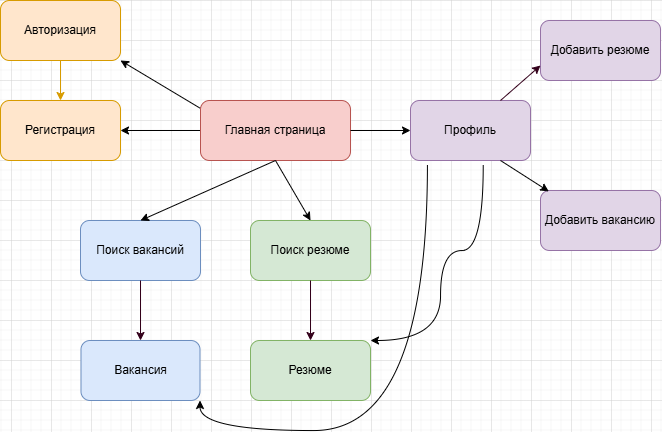
PickTrick14/Web-Prac keeps this draw.io diagram as report/page_navigation.png. Above is the earlier version. Source tidied: cells renumbered, new cells last; positions are measured from the earlier drawing's top-left corner, leaving out a move shared by most shapes. Source of this version:
```xml
<mxGraphModel>
  <root>
    <mxCell id="0" />
    <mxCell id="1" parent="0" />
    <mxCell id="2" style="edgeStyle=orthogonalEdgeStyle;rounded=0;jettySize=auto;html=1;exitX=0;exitY=0.5;exitDx=0;exitDy=0;entryX=1;entryY=0.5;entryDx=0;entryDy=0;" parent="1" edge="1" source="3" target="4">
      <mxGeometry relative="1" as="geometry" />
    </mxCell>
    <mxCell id="3" value="Главная страница" style="rounded=1;whiteSpace=wrap;html=1;fillColor=#f8cecc;strokeColor=#b85450;" parent="1" vertex="1">
      <mxGeometry x="200" y="100" width="150" height="60" as="geometry" />
    </mxCell>
    <mxCell id="4" value="Регистрация" style="rounded=1;whiteSpace=wrap;html=1;fillColor=#ffe6cc;strokeColor=#d79b00;" parent="1" vertex="1">
      <mxGeometry y="100" width="120" height="60" as="geometry" />
    </mxCell>
    <mxCell id="5" style="edgeStyle=orthogonalEdgeStyle;rounded=0;jettySize=auto;html=1;exitX=0.5;exitY=1;exitDx=0;exitDy=0;entryX=0.5;entryY=0;entryDx=0;entryDy=0;fillColor=#ffe6cc;strokeColor=#d79b00;" parent="1" edge="1" source="6" target="4">
      <mxGeometry relative="1" as="geometry" />
    </mxCell>
    <mxCell id="6" value="Авторизация" style="rounded=1;whiteSpace=wrap;html=1;fillColor=#ffe6cc;strokeColor=#d79b00;" parent="1" vertex="1">
      <mxGeometry width="120" height="60" as="geometry" />
    </mxCell>
    <mxCell id="7" value="Поиск вакансий" style="rounded=1;whiteSpace=wrap;html=1;fillColor=#dae8fc;strokeColor=#6c8ebf;" parent="1" vertex="1">
      <mxGeometry x="80" y="220" width="120" height="60" as="geometry" />
    </mxCell>
    <mxCell id="8" style="endArrow=classic;html=1;rounded=0;entryX=1;entryY=1;entryDx=0;entryDy=0;exitX=-0.004;exitY=0.126;exitDx=0;exitDy=0;exitPerimeter=0;" parent="1" edge="1" source="3" target="6">
      <mxGeometry relative="1" as="geometry" />
    </mxCell>
    <mxCell id="9" style="endArrow=classic;html=1;rounded=0;entryX=0.5;entryY=0;entryDx=0;entryDy=0;exitX=0.5;exitY=1;exitDx=0;exitDy=0;" parent="1" edge="1" source="3" target="7">
      <mxGeometry relative="1" as="geometry" />
    </mxCell>
    <mxCell id="10" value="Профиль" style="rounded=1;whiteSpace=wrap;html=1;fillColor=#e1d5e7;strokeColor=#9673a6;" parent="1" vertex="1">
      <mxGeometry x="410" y="100" width="120" height="60" as="geometry" />
    </mxCell>
    <mxCell id="11" value="Вакансия" style="rounded=1;whiteSpace=wrap;html=1;fillColor=#dae8fc;strokeColor=#6c8ebf;" parent="1" vertex="1">
      <mxGeometry x="80.5" y="340" width="119" height="60" as="geometry" />
    </mxCell>
    <mxCell id="12" style="endArrow=classic;html=1;rounded=0;exitX=0.5;exitY=1;exitDx=0;exitDy=0;entryX=0.5;entryY=0;entryDx=0;entryDy=0;fillColor=#dae8fc;strokeColor=#33001A;" parent="1" edge="1" source="7" target="11">
      <mxGeometry relative="1" as="geometry" />
    </mxCell>
    <mxCell id="13" style="endArrow=classic;html=1;rounded=0;entryX=0;entryY=0.5;entryDx=0;entryDy=0;exitX=1;exitY=0.5;exitDx=0;exitDy=0;" parent="1" edge="1" source="3" target="10">
      <mxGeometry relative="1" as="geometry" />
    </mxCell>
    <mxCell id="14" value="Добавить резюме" style="rounded=1;whiteSpace=wrap;html=1;fillColor=#e1d5e7;strokeColor=#9673a6;" parent="1" vertex="1">
      <mxGeometry x="540" y="20" width="120" height="60" as="geometry" />
    </mxCell>
    <mxCell id="15" style="endArrow=classic;html=1;rounded=0;exitX=0.75;exitY=0;exitDx=0;exitDy=0;entryX=0;entryY=0.75;entryDx=0;entryDy=0;fillColor=#e1d5e7;strokeColor=light-dark(#33001A,#9577A3);" parent="1" edge="1" source="10" target="14">
      <mxGeometry relative="1" as="geometry" />
    </mxCell>
    <mxCell id="16" value="Добавить вакансию" style="rounded=1;whiteSpace=wrap;html=1;fillColor=#e1d5e7;strokeColor=#9673a6;" parent="1" vertex="1">
      <mxGeometry x="540" y="190" width="120" height="60" as="geometry" />
    </mxCell>
    <mxCell id="17" style="endArrow=classic;html=1;rounded=0;entryX=0.069;entryY=0.015;entryDx=0;entryDy=0;fillColor=#e1d5e7;strokeColor=light-dark(#000000,#9577A3);exitX=0.75;exitY=1;exitDx=0;exitDy=0;entryPerimeter=0;" parent="1" edge="1" source="10" target="16">
      <mxGeometry relative="1" as="geometry" />
    </mxCell>
    <mxCell id="18" value="Поиск резюме" style="rounded=1;whiteSpace=wrap;html=1;fillColor=#d5e8d4;strokeColor=#82b366;" parent="1" vertex="1">
      <mxGeometry x="250" y="220" width="120" height="60" as="geometry" />
    </mxCell>
    <mxCell id="19" value="Резюме" style="rounded=1;whiteSpace=wrap;html=1;fillColor=#d5e8d4;strokeColor=#82b366;" parent="1" vertex="1">
      <mxGeometry x="250" y="340" width="120" height="60" as="geometry" />
    </mxCell>
    <mxCell id="20" style="endArrow=classic;html=1;rounded=0;exitX=0.5;exitY=1;exitDx=0;exitDy=0;entryX=0.5;entryY=0;entryDx=0;entryDy=0;" parent="1" edge="1" source="3" target="18">
      <mxGeometry relative="1" as="geometry" />
    </mxCell>
    <mxCell id="21" style="endArrow=classic;html=1;rounded=0;entryX=0.5;entryY=0;entryDx=0;entryDy=0;exitX=0.5;exitY=1;exitDx=0;exitDy=0;fillColor=#d5e8d4;strokeColor=#33001A;" parent="1" edge="1" source="18" target="19">
      <mxGeometry relative="1" as="geometry" />
    </mxCell>
    <mxCell id="22" style="edgeStyle=orthogonalEdgeStyle;rounded=0;jettySize=auto;html=1;exitX=1;exitY=0;exitDx=0;exitDy=0;entryX=0.606;entryY=1.08;entryDx=0;entryDy=0;entryPerimeter=0;curved=1;startArrow=classic;startFill=1;endArrow=none;" parent="1" edge="1" source="19" target="10">
      <mxGeometry relative="1" as="geometry">
        <Array as="points">
          <mxPoint x="440" y="340" />
          <mxPoint x="440" y="250" />
          <mxPoint x="483" y="250" />
        </Array>
      </mxGeometry>
    </mxCell>
    <mxCell id="23" style="edgeStyle=orthogonalEdgeStyle;rounded=0;jettySize=auto;html=1;exitX=1;exitY=1;exitDx=0;exitDy=0;entryX=0.141;entryY=1.069;entryDx=0;entryDy=0;entryPerimeter=0;curved=1;startArrow=classic;startFill=1;endArrow=none;" parent="1" edge="1" source="11" target="10">
      <mxGeometry relative="1" as="geometry">
        <Array as="points">
          <mxPoint x="199" y="430" />
          <mxPoint x="427" y="430" />
        </Array>
      </mxGeometry>
    </mxCell>
  </root>
</mxGraphModel>
```
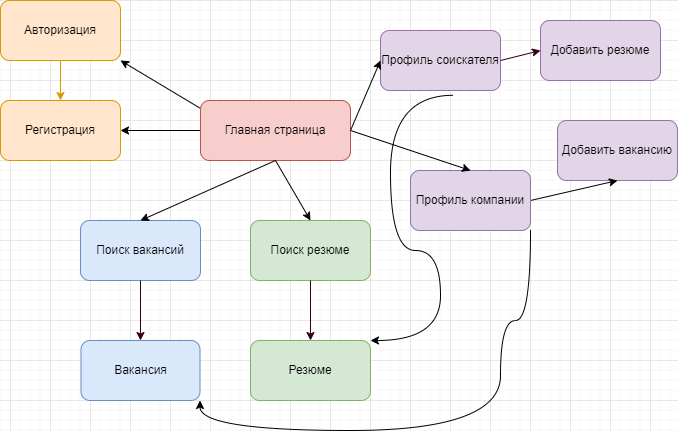
Later version of the same file.

Commit message:
Fixed profile page, applications

Change to the diagram source:
```diff
@@ -26,8 +26,8 @@
     <mxCell id="9" style="endArrow=classic;html=1;rounded=0;entryX=0.5;entryY=0;entryDx=0;entryDy=0;exitX=0.5;exitY=1;exitDx=0;exitDy=0;" parent="1" edge="1" source="3" target="7">
       <mxGeometry relative="1" as="geometry" />
     </mxCell>
-    <mxCell id="10" value="Профиль" style="rounded=1;whiteSpace=wrap;html=1;fillColor=#e1d5e7;strokeColor=#9673a6;" parent="1" vertex="1">
-      <mxGeometry x="410" y="100" width="120" height="60" as="geometry" />
+    <mxCell id="10" value="Профиль соискателя" style="rounded=1;whiteSpace=wrap;html=1;fillColor=#e1d5e7;strokeColor=#9673a6;" parent="1" vertex="1">
+      <mxGeometry x="380" y="30" width="120" height="60" as="geometry" />
     </mxCell>
     <mxCell id="11" value="Вакансия" style="rounded=1;whiteSpace=wrap;html=1;fillColor=#dae8fc;strokeColor=#6c8ebf;" parent="1" vertex="1">
       <mxGeometry x="80.5" y="340" width="119" height="60" as="geometry" />
@@ -41,13 +41,13 @@
     <mxCell id="14" value="Добавить резюме" style="rounded=1;whiteSpace=wrap;html=1;fillColor=#e1d5e7;strokeColor=#9673a6;" parent="1" vertex="1">
       <mxGeometry x="540" y="20" width="120" height="60" as="geometry" />
     </mxCell>
-    <mxCell id="15" style="endArrow=classic;html=1;rounded=0;exitX=0.75;exitY=0;exitDx=0;exitDy=0;entryX=0;entryY=0.75;entryDx=0;entryDy=0;fillColor=#e1d5e7;strokeColor=light-dark(#33001A,#9577A3);" parent="1" edge="1" source="10" target="14">
+    <mxCell id="15" style="endArrow=classic;html=1;rounded=0;exitX=1;exitY=0.5;exitDx=0;exitDy=0;entryX=0;entryY=0.5;entryDx=0;entryDy=0;fillColor=#e1d5e7;strokeColor=light-dark(#33001A,#9577A3);" parent="1" edge="1" source="10" target="14">
       <mxGeometry relative="1" as="geometry" />
     </mxCell>
     <mxCell id="16" value="Добавить вакансию" style="rounded=1;whiteSpace=wrap;html=1;fillColor=#e1d5e7;strokeColor=#9673a6;" parent="1" vertex="1">
-      <mxGeometry x="540" y="190" width="120" height="60" as="geometry" />
+      <mxGeometry x="557" y="120" width="120" height="60" as="geometry" />
     </mxCell>
-    <mxCell id="17" style="endArrow=classic;html=1;rounded=0;entryX=0.069;entryY=0.015;entryDx=0;entryDy=0;fillColor=#e1d5e7;strokeColor=light-dark(#000000,#9577A3);exitX=0.75;exitY=1;exitDx=0;exitDy=0;entryPerimeter=0;" parent="1" edge="1" source="10" target="16">
+    <mxCell id="17" style="endArrow=classic;html=1;rounded=0;entryX=0.5;entryY=1;entryDx=0;entryDy=0;fillColor=#e1d5e7;strokeColor=light-dark(#000000,#9577A3);exitX=1;exitY=0.5;exitDx=0;exitDy=0;" parent="1" edge="1" source="24" target="16">
       <mxGeometry relative="1" as="geometry" />
     </mxCell>
     <mxCell id="18" value="Поиск резюме" style="rounded=1;whiteSpace=wrap;html=1;fillColor=#d5e8d4;strokeColor=#82b366;" parent="1" vertex="1">
@@ -67,17 +67,26 @@
         <Array as="points">
           <mxPoint x="440" y="340" />
           <mxPoint x="440" y="250" />
-          <mxPoint x="483" y="250" />
+          <mxPoint x="390" y="250" />
+          <mxPoint x="390" y="95" />
         </Array>
       </mxGeometry>
     </mxCell>
-    <mxCell id="23" style="edgeStyle=orthogonalEdgeStyle;rounded=0;jettySize=auto;html=1;exitX=1;exitY=1;exitDx=0;exitDy=0;entryX=0.141;entryY=1.069;entryDx=0;entryDy=0;entryPerimeter=0;curved=1;startArrow=classic;startFill=1;endArrow=none;" parent="1" edge="1" source="11" target="10">
+    <mxCell id="23" style="edgeStyle=orthogonalEdgeStyle;rounded=0;jettySize=auto;html=1;exitX=1;exitY=1;exitDx=0;exitDy=0;entryX=1;entryY=1;entryDx=0;entryDy=0;curved=1;startArrow=classic;startFill=1;endArrow=none;" parent="1" edge="1" source="11" target="24">
       <mxGeometry relative="1" as="geometry">
         <Array as="points">
-          <mxPoint x="199" y="430" />
-          <mxPoint x="427" y="430" />
+          <mxPoint x="200" y="430" />
+          <mxPoint x="500" y="430" />
+          <mxPoint x="500" y="320" />
+          <mxPoint x="530" y="320" />
         </Array>
       </mxGeometry>
     </mxCell>
+    <mxCell id="24" value="Профиль компании" style="rounded=1;whiteSpace=wrap;html=1;fillColor=#e1d5e7;strokeColor=#9673a6;" parent="1" vertex="1">
+      <mxGeometry x="410" y="170" width="120" height="60" as="geometry" />
+    </mxCell>
+    <mxCell id="25" style="endArrow=classic;html=1;rounded=0;entryX=0.5;entryY=0;entryDx=0;entryDy=0;exitX=1;exitY=0.5;exitDx=0;exitDy=0;" parent="1" edge="1" source="3" target="24">
+      <mxGeometry relative="1" as="geometry" />
+    </mxCell>
   </root>
 </mxGraphModel>
```
